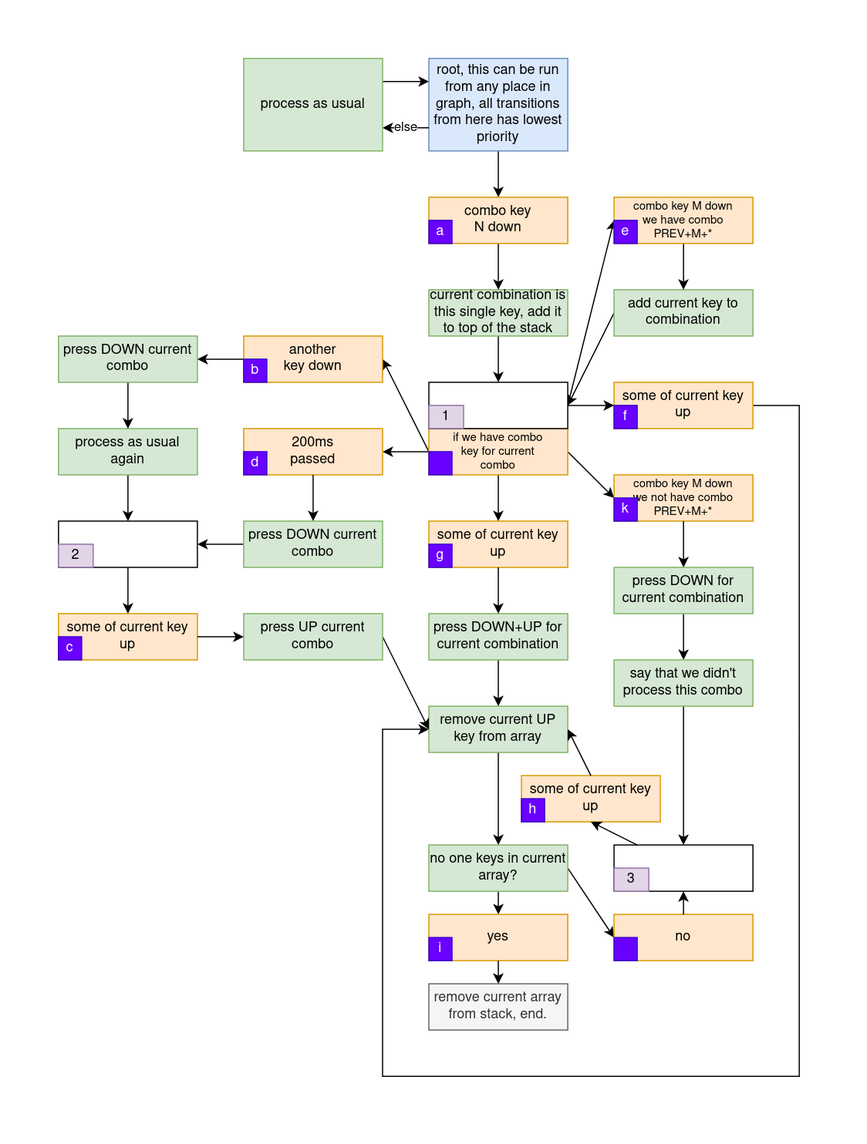
Before: combo/dka.png, a diagram exported from draw.io (vohryanin/moonlander). Source tidied: cells renumbered, new cells last; positions are measured from the earlier drawing's top-left corner, leaving out a move shared by most shapes.
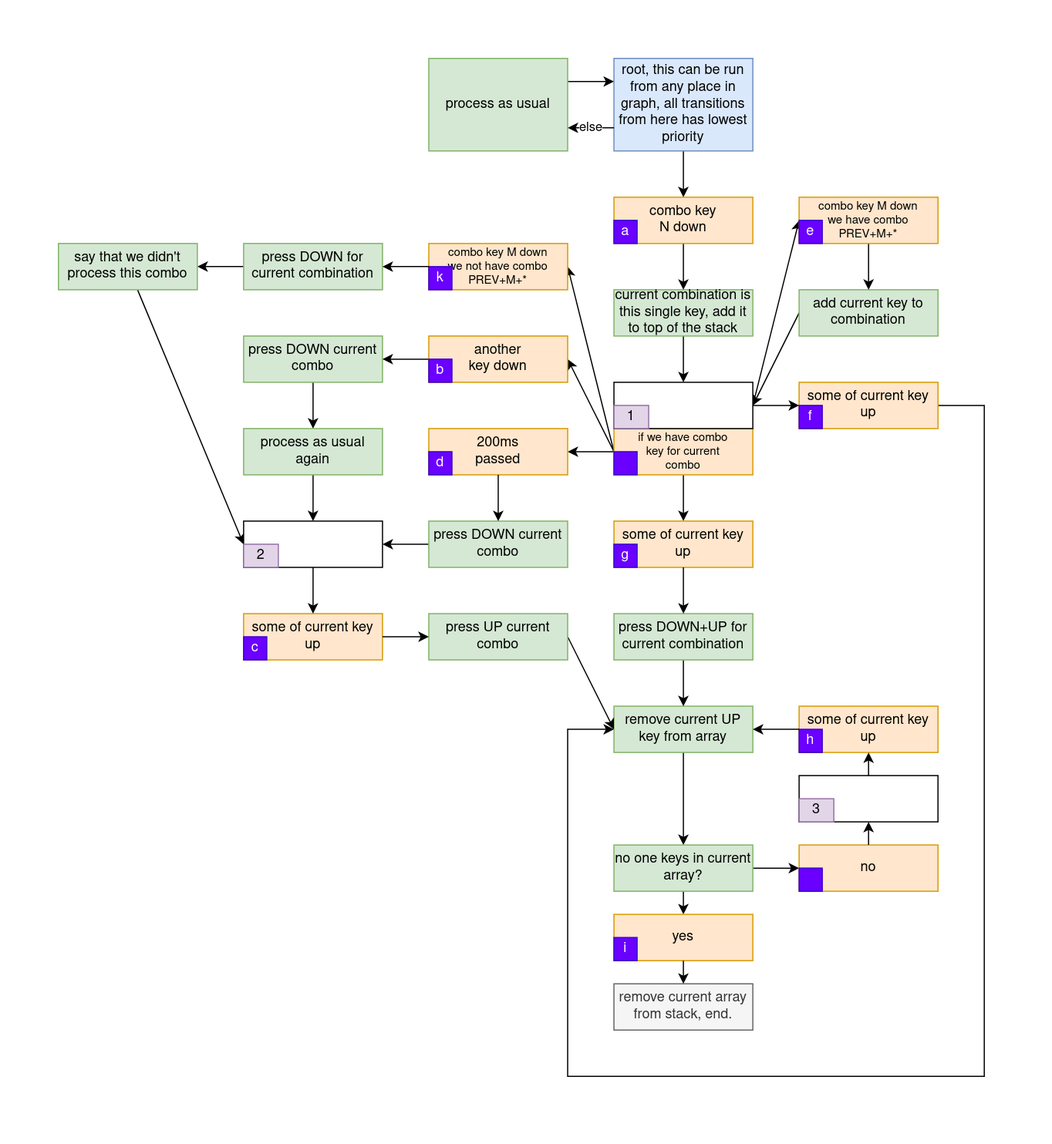
After the commit.

Diff of the diagram source:
```diff
@@ -48,7 +48,7 @@
     <mxCell id="14" style="edgeStyle=none;rounded=0;jettySize=auto;html=1;exitX=0;exitY=0.5;exitDx=0;exitDy=0;entryX=1;entryY=0.5;entryDx=0;entryDy=0;" parent="1" edge="1" source="17" target="42">
       <mxGeometry relative="1" as="geometry" />
     </mxCell>
-    <mxCell id="15" style="edgeStyle=none;rounded=0;jettySize=auto;html=1;exitX=1;exitY=0.5;exitDx=0;exitDy=0;entryX=0;entryY=0.5;entryDx=0;entryDy=0;" parent="1" edge="1" source="17" target="85">
+    <mxCell id="15" style="edgeStyle=none;rounded=0;jettySize=auto;html=1;exitX=0;exitY=0;exitDx=0;exitDy=0;entryX=1;entryY=0.5;entryDx=0;entryDy=0;" parent="1" edge="1" source="93" target="85">
       <mxGeometry relative="1" as="geometry" />
     </mxCell>
     <mxCell id="16" style="edgeStyle=none;rounded=0;jettySize=auto;html=1;exitX=0.5;exitY=1;exitDx=0;exitDy=0;" parent="1" edge="1" source="17" target="69">
@@ -105,17 +105,17 @@
     <mxCell id="33" value="&lt;div&gt;press DOWN current combo&lt;/div&gt;" style="rounded=0;whiteSpace=wrap;html=1;fillColor=#d5e8d4;strokeColor=#82b366;" parent="1" vertex="1">
       <mxGeometry x="160" y="400" width="120" height="40" as="geometry" />
     </mxCell>
-    <mxCell id="34" style="edgeStyle=none;rounded=0;jettySize=auto;html=1;" parent="1" edge="1" source="35" target="37">
+    <mxCell id="34" style="edgeStyle=none;rounded=0;jettySize=auto;html=1;exitX=0;exitY=0.5;exitDx=0;exitDy=0;" parent="1" edge="1" source="35" target="37">
       <mxGeometry relative="1" as="geometry" />
     </mxCell>
     <mxCell id="35" value="press DOWN for current combination" style="rounded=0;whiteSpace=wrap;html=1;fillColor=#d5e8d4;strokeColor=#82b366;" parent="1" vertex="1">
-      <mxGeometry x="480" y="440" width="120" height="40" as="geometry" />
+      <mxGeometry y="160" width="120" height="40" as="geometry" />
     </mxCell>
-    <mxCell id="36" style="edgeStyle=none;rounded=0;jettySize=auto;html=1;" parent="1" edge="1" source="37" target="57">
+    <mxCell id="36" style="edgeStyle=none;rounded=0;jettySize=auto;html=1;entryX=0;entryY=0;entryDx=0;entryDy=0;" parent="1" edge="1" source="37" target="61">
       <mxGeometry relative="1" as="geometry" />
     </mxCell>
     <mxCell id="37" value="say that we didn't process this combo" style="rounded=0;whiteSpace=wrap;html=1;fillColor=#d5e8d4;strokeColor=#82b366;" parent="1" vertex="1">
-      <mxGeometry x="480" y="520" width="120" height="40" as="geometry" />
+      <mxGeometry x="-160" y="160" width="120" height="40" as="geometry" />
     </mxCell>
     <mxCell id="38" style="edgeStyle=none;rounded=0;jettySize=auto;html=1;" parent="1" edge="1" source="48" target="21">
       <mxGeometry relative="1" as="geometry" />
@@ -172,7 +172,7 @@
       <mxGeometry y="20" width="30" height="20" as="geometry" />
     </mxCell>
     <mxCell id="56" style="group;" parent="1" vertex="1">
-      <mxGeometry x="480" y="680" width="120" height="40" as="geometry" />
+      <mxGeometry x="480" y="620" width="120" height="40" as="geometry" />
     </mxCell>
     <mxCell id="57" style="rounded=0;whiteSpace=wrap;html=1;" parent="56" vertex="1">
       <mxGeometry width="120" height="40" as="geometry" />
@@ -217,7 +217,7 @@
       <mxGeometry y="20" width="20" height="20" as="geometry" />
     </mxCell>
     <mxCell id="71" style="group;" parent="1" vertex="1">
-      <mxGeometry x="400" y="620" width="120" height="40" as="geometry" />
+      <mxGeometry x="480" y="560" width="120" height="40" as="geometry" />
     </mxCell>
     <mxCell id="72" value="some of current key up" style="rounded=0;whiteSpace=wrap;html=1;fillColor=#ffe6cc;strokeColor=#d79b00;" parent="71" vertex="1">
       <mxGeometry width="120" height="40" as="geometry" />
@@ -228,7 +228,7 @@
     <mxCell id="74" style="edgeStyle=none;rounded=0;jettySize=auto;html=1;entryX=0.5;entryY=1;entryDx=0;entryDy=0;" parent="1" edge="1" source="57" target="72">
       <mxGeometry relative="1" as="geometry" />
     </mxCell>
-    <mxCell id="75" style="edgeStyle=none;rounded=0;jettySize=auto;html=1;entryX=1;entryY=0.5;entryDx=0;entryDy=0;exitX=0.5;exitY=0;exitDx=0;exitDy=0;" parent="1" edge="1" source="72" target="8">
+    <mxCell id="75" style="edgeStyle=none;rounded=0;jettySize=auto;html=1;entryX=1;entryY=0.5;entryDx=0;entryDy=0;exitX=0;exitY=0;exitDx=0;exitDy=0;" parent="1" edge="1" source="73" target="8">
       <mxGeometry relative="1" as="geometry" />
     </mxCell>
     <mxCell id="76" style="group;" parent="1" vertex="1">
@@ -244,7 +244,7 @@
       <mxGeometry relative="1" as="geometry" />
     </mxCell>
     <mxCell id="80" style="group;" parent="1" vertex="1">
-      <mxGeometry x="480" y="740" width="120" height="40" as="geometry" />
+      <mxGeometry x="480" y="680" width="120" height="40" as="geometry" />
     </mxCell>
     <mxCell id="81" value="no" style="rounded=0;whiteSpace=wrap;html=1;fillColor=#ffe6cc;strokeColor=#d79b00;" parent="80" vertex="1">
       <mxGeometry width="120" height="40" as="geometry" />
@@ -256,7 +256,7 @@
       <mxGeometry relative="1" as="geometry" />
     </mxCell>
     <mxCell id="84" style="group;" parent="1" vertex="1">
-      <mxGeometry x="480" y="360" width="120" height="40" as="geometry" />
+      <mxGeometry x="160" y="160" width="120" height="40" as="geometry" />
     </mxCell>
     <mxCell id="85" value="&lt;div style=&quot;font-size: 10px&quot;&gt;&lt;font style=&quot;font-size: 10px&quot;&gt;combo key M down&lt;/font&gt;&lt;div&gt;&lt;font style=&quot;font-size: 10px&quot;&gt;we not have combo PREV+M&lt;/font&gt;&lt;font style=&quot;font-size: 10px&quot;&gt;+*&lt;/font&gt;&lt;/div&gt;&lt;/div&gt;" style="rounded=0;whiteSpace=wrap;html=1;fillColor=#ffe6cc;strokeColor=#d79b00;" parent="84" vertex="1">
       <mxGeometry width="120" height="40" as="geometry" />
```
